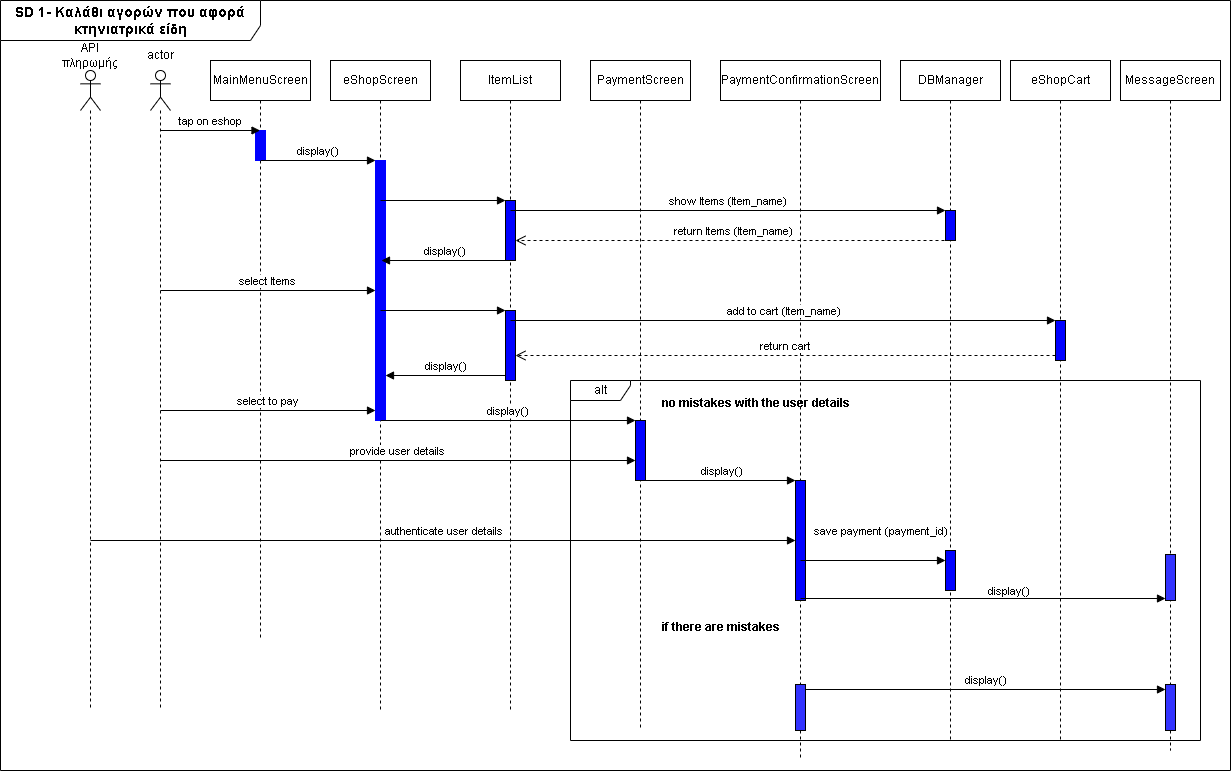
GeorgeTsav/Software-Technology---Project-2024-2025 keeps this draw.io diagram as SD1-UC1.drawio.png. Above is the earlier version. Source tidied: cells renumbered, new cells last; positions are measured from the earlier drawing's top-left corner, leaving out a move shared by most shapes.
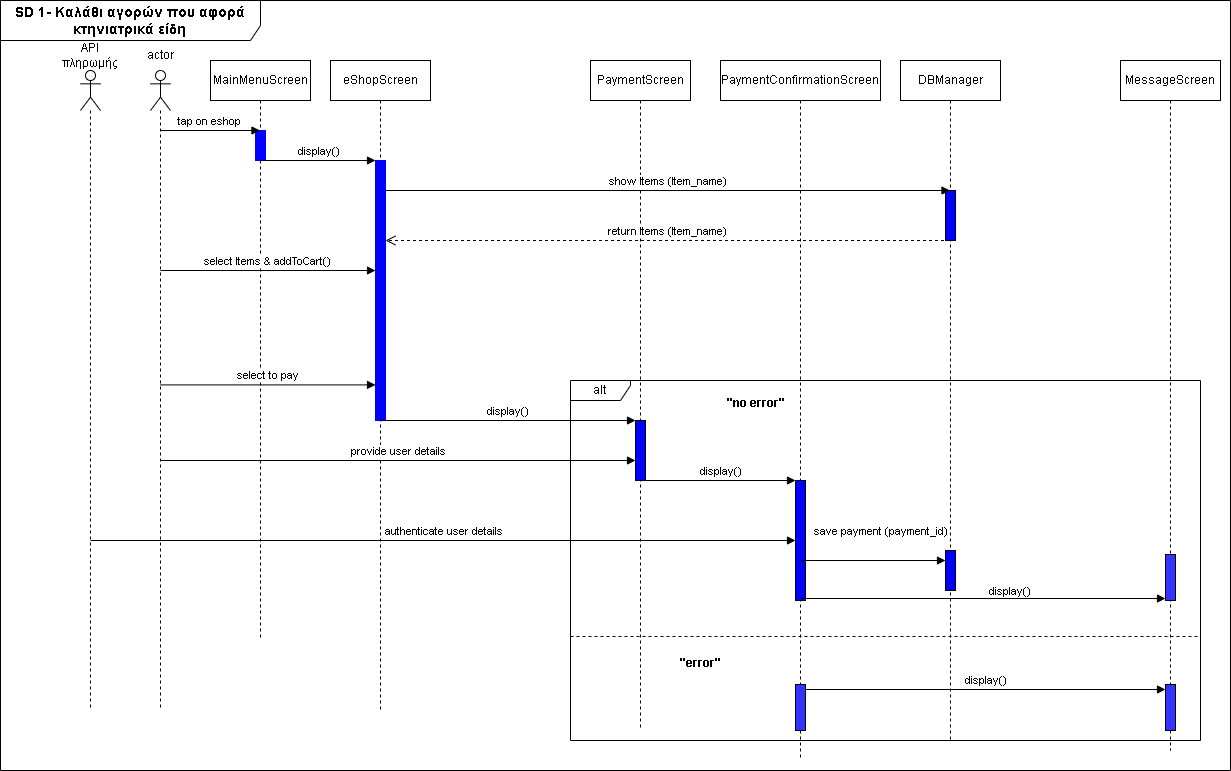
Later version of the same file.

The edit, as a diff of the source:
```diff
@@ -5,9 +5,6 @@
     <mxCell id="2" value="eShopScreen" style="shape=umlLifeline;perimeter=lifelinePerimeter;whiteSpace=wrap;html=1;newEdgeStyle={&quot;curved&quot;:0,&quot;rounded&quot;:0};" parent="1" vertex="1">
       <mxGeometry x="330" y="60" width="100" height="650" as="geometry" />
     </mxCell>
-    <mxCell id="3" value="ItemList" style="shape=umlLifeline;perimeter=lifelinePerimeter;whiteSpace=wrap;html=1;newEdgeStyle={&quot;curved&quot;:0,&quot;rounded&quot;:0};" parent="1" vertex="1">
-      <mxGeometry x="460" y="60" width="100" height="650" as="geometry" />
-    </mxCell>
     <mxCell id="4" value="PaymentScreen" style="shape=umlLifeline;perimeter=lifelinePerimeter;whiteSpace=wrap;html=1;newEdgeStyle={&quot;curved&quot;:0,&quot;rounded&quot;:0};" parent="1" vertex="1">
       <mxGeometry x="590" y="60" width="100" height="670" as="geometry" />
     </mxCell>
@@ -57,65 +54,29 @@
     <mxCell id="18" style="html=1;points=[[0,0,0,0,5],[0,1,0,0,-5],[1,0,0,0,5],[1,1,0,0,-5]];perimeter=orthogonalPerimeter;outlineConnect=0;targetShapes=umlLifeline;portConstraint=eastwest;newEdgeStyle={&quot;curved&quot;:0,&quot;rounded&quot;:0};strokeColor=#0000FF;fillColor=#0000FF;" parent="1" vertex="1">
       <mxGeometry x="375" y="160" width="10" height="260" as="geometry" />
     </mxCell>
-    <mxCell id="19" style="html=1;points=[[0,0,0,0,5],[0,1,0,0,-5],[1,0,0,0,5],[1,1,0,0,-5]];perimeter=orthogonalPerimeter;outlineConnect=0;targetShapes=umlLifeline;portConstraint=eastwest;newEdgeStyle={&quot;curved&quot;:0,&quot;rounded&quot;:0};fillColor=#0000FF;" parent="1" vertex="1">
-      <mxGeometry x="505" y="200" width="10" height="60" as="geometry" />
-    </mxCell>
-    <mxCell id="20" style="html=1;verticalAlign=bottom;endArrow=block;curved=0;rounded=0;" parent="1" edge="1" target="19">
-      <mxGeometry relative="1" as="geometry">
-        <mxPoint x="380" y="200" as="sourcePoint" />
-      </mxGeometry>
-    </mxCell>
     <mxCell id="21" style="html=1;points=[[0,0,0,0,5],[0,1,0,0,-5],[1,0,0,0,5],[1,1,0,0,-5]];perimeter=orthogonalPerimeter;outlineConnect=0;targetShapes=umlLifeline;portConstraint=eastwest;newEdgeStyle={&quot;curved&quot;:0,&quot;rounded&quot;:0};fillColor=#0000FF;" parent="1" vertex="1">
-      <mxGeometry x="945" y="210" width="10" height="30" as="geometry" />
+      <mxGeometry x="945" y="190" width="10" height="50" as="geometry" />
     </mxCell>
-    <mxCell id="22" value="show Items (Item_name)" style="html=1;verticalAlign=bottom;endArrow=block;curved=0;rounded=0;" parent="1" edge="1" target="21">
+    <mxCell id="22" value="show Items (Item_name)" style="html=1;verticalAlign=bottom;endArrow=block;curved=0;rounded=0;" parent="1" edge="1" target="10">
       <mxGeometry relative="1" as="geometry">
-        <mxPoint x="510" y="210" as="sourcePoint" />
+        <mxPoint x="385" y="190" as="sourcePoint" />
       </mxGeometry>
     </mxCell>
-    <mxCell id="23" value="return Items (Item_name)" style="html=1;verticalAlign=bottom;endArrow=open;dashed=1;endSize=8;curved=0;rounded=0;" parent="1" edge="1" target="19">
+    <mxCell id="23" value="return Items (Item_name)" style="html=1;verticalAlign=bottom;endArrow=open;dashed=1;endSize=8;curved=0;rounded=0;" parent="1" edge="1" source="10">
       <mxGeometry relative="1" as="geometry">
-        <mxPoint x="950" y="240" as="sourcePoint" />
+        <mxPoint x="385" y="240" as="targetPoint" />
       </mxGeometry>
     </mxCell>
-    <mxCell id="24" value="display()" style="html=1;verticalAlign=bottom;endArrow=block;curved=0;rounded=0;" parent="1" edge="1" source="19">
-      <mxGeometry relative="1" as="geometry">
-        <mxPoint x="381" y="260" as="targetPoint" />
-      </mxGeometry>
-    </mxCell>
-    <mxCell id="25" value="select Items" style="html=1;verticalAlign=bottom;endArrow=block;curved=0;rounded=0;" parent="1" edge="1" target="18">
+    <mxCell id="25" value="select Items &amp;amp; addToCart()" style="html=1;verticalAlign=bottom;endArrow=block;curved=0;rounded=0;" parent="1" edge="1">
       <mxGeometry relative="1" as="geometry">
-        <mxPoint x="160" y="290" as="sourcePoint" />
+        <mxPoint x="160" y="270" as="sourcePoint" />
+        <mxPoint x="375" y="270" as="targetPoint" />
       </mxGeometry>
     </mxCell>
-    <mxCell id="26" value="eShopCart" style="shape=umlLifeline;perimeter=lifelinePerimeter;whiteSpace=wrap;html=1;newEdgeStyle={&quot;curved&quot;:0,&quot;rounded&quot;:0};" parent="1" vertex="1">
-      <mxGeometry x="1010" y="60" width="100" height="680" as="geometry" />
-    </mxCell>
-    <mxCell id="27" style="html=1;points=[[0,0,0,0,5],[0,1,0,0,-5],[1,0,0,0,5],[1,1,0,0,-5]];perimeter=orthogonalPerimeter;outlineConnect=0;targetShapes=umlLifeline;portConstraint=eastwest;newEdgeStyle={&quot;curved&quot;:0,&quot;rounded&quot;:0};fillColor=#0000FF;" parent="26" vertex="1">
-      <mxGeometry x="45" y="260" width="10" height="40" as="geometry" />
-    </mxCell>
-    <mxCell id="28" style="html=1;points=[[0,0,0,0,5],[0,1,0,0,-5],[1,0,0,0,5],[1,1,0,0,-5]];perimeter=orthogonalPerimeter;outlineConnect=0;targetShapes=umlLifeline;portConstraint=eastwest;newEdgeStyle={&quot;curved&quot;:0,&quot;rounded&quot;:0};fillColor=#0000FF;" parent="1" vertex="1">
-      <mxGeometry x="505" y="310" width="10" height="70" as="geometry" />
-    </mxCell>
-    <mxCell id="29" style="html=1;verticalAlign=bottom;endArrow=block;curved=0;rounded=0;" parent="1" edge="1" target="28">
-      <mxGeometry relative="1" as="geometry">
-        <mxPoint x="380" y="310" as="sourcePoint" />
-      </mxGeometry>
-    </mxCell>
-    <mxCell id="30" value="add to cart (Item_name)" style="html=1;verticalAlign=bottom;endArrow=block;curved=0;rounded=0;" parent="1" edge="1" target="27">
-      <mxGeometry relative="1" as="geometry">
-        <mxPoint x="510" y="320" as="sourcePoint" />
-      </mxGeometry>
-    </mxCell>
-    <mxCell id="31" value="return cart" style="html=1;verticalAlign=bottom;endArrow=open;dashed=1;endSize=8;curved=0;rounded=0;exitX=0;exitY=1;exitDx=0;exitDy=-5;exitPerimeter=0;" parent="1" edge="1" source="27" target="28">
-      <mxGeometry relative="1" as="geometry" />
-    </mxCell>
-    <mxCell id="32" value="display()" style="html=1;verticalAlign=bottom;endArrow=block;curved=0;rounded=0;exitX=0;exitY=1;exitDx=0;exitDy=-5;exitPerimeter=0;" parent="1" edge="1" source="28" target="18">
-      <mxGeometry relative="1" as="geometry" />
-    </mxCell>
-    <mxCell id="33" value="select to pay" style="html=1;verticalAlign=bottom;endArrow=block;curved=0;rounded=0;" parent="1" edge="1" target="18">
+    <mxCell id="33" value="select to pay" style="html=1;verticalAlign=bottom;endArrow=block;curved=0;rounded=0;" parent="1" edge="1">
       <mxGeometry relative="1" as="geometry">
-        <mxPoint x="160" y="410" as="sourcePoint" />
+        <mxPoint x="160" y="384.4" as="sourcePoint" />
+        <mxPoint x="375" y="384.4" as="targetPoint" />
       </mxGeometry>
     </mxCell>
     <mxCell id="34" style="html=1;points=[[0,0,0,0,5],[0,1,0,0,-5],[1,0,0,0,5],[1,1,0,0,-5]];perimeter=orthogonalPerimeter;outlineConnect=0;targetShapes=umlLifeline;portConstraint=eastwest;newEdgeStyle={&quot;curved&quot;:0,&quot;rounded&quot;:0};fillColor=#0000FF;" parent="1" vertex="1">
@@ -163,11 +124,11 @@
         <mxPoint x="1" as="offset" />
       </mxGeometry>
     </mxCell>
-    <mxCell id="44" value="no mistakes with the user details" style="text;align=center;fontStyle=1;verticalAlign=middle;spacingLeft=3;spacingRight=3;strokeColor=none;html=1;" parent="1" vertex="1">
+    <mxCell id="44" value="&quot;no error&quot;" style="text;align=center;fontStyle=1;verticalAlign=middle;spacingLeft=3;spacingRight=3;strokeColor=none;html=1;" parent="1" vertex="1">
       <mxGeometry x="715" y="390" width="80" height="26" as="geometry" />
     </mxCell>
-    <mxCell id="45" value="if there are mistakes" style="text;align=center;fontStyle=1;verticalAlign=middle;spacingLeft=3;spacingRight=3;strokeColor=none;html=1;" parent="1" vertex="1">
-      <mxGeometry x="680" y="614" width="80" height="26" as="geometry" />
+    <mxCell id="45" value="&quot;error&quot;" style="text;align=center;fontStyle=1;verticalAlign=middle;spacingLeft=3;spacingRight=3;strokeColor=none;html=1;" parent="1" vertex="1">
+      <mxGeometry x="660" y="650" width="80" height="26" as="geometry" />
     </mxCell>
     <mxCell id="46" style="html=1;points=[[0,0,0,0,5],[0,1,0,0,-5],[1,0,0,0,5],[1,1,0,0,-5]];perimeter=orthogonalPerimeter;outlineConnect=0;targetShapes=umlLifeline;portConstraint=eastwest;newEdgeStyle={&quot;curved&quot;:0,&quot;rounded&quot;:0};fillColor=#3333FF;" parent="1" vertex="1">
       <mxGeometry x="1165" y="684" width="10" height="46" as="geometry" />
@@ -178,5 +139,8 @@
     <mxCell id="48" value="display()" style="html=1;verticalAlign=bottom;endArrow=block;curved=0;rounded=0;exitX=1;exitY=0;exitDx=0;exitDy=5;exitPerimeter=0;entryX=0;entryY=0;entryDx=0;entryDy=5;entryPerimeter=0;" parent="1" edge="1" source="47" target="46">
       <mxGeometry relative="1" as="geometry" />
     </mxCell>
+    <mxCell id="49" style="line;strokeWidth=1;fillColor=none;align=left;verticalAlign=middle;spacingTop=-1;spacingLeft=3;spacingRight=3;labelPosition=right;strokeColor=inherit;dashed=1;" parent="1" vertex="1">
+      <mxGeometry x="570" y="632" width="630" height="8" as="geometry" />
+    </mxCell>
   </root>
 </mxGraphModel>
```
